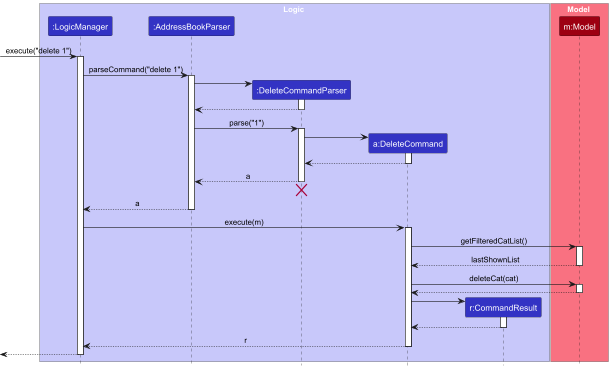
Haofeng125/tp keeps this PlantUML diagram as docs/images/DeleteSequenceDiagram.png. Above is the earlier version.
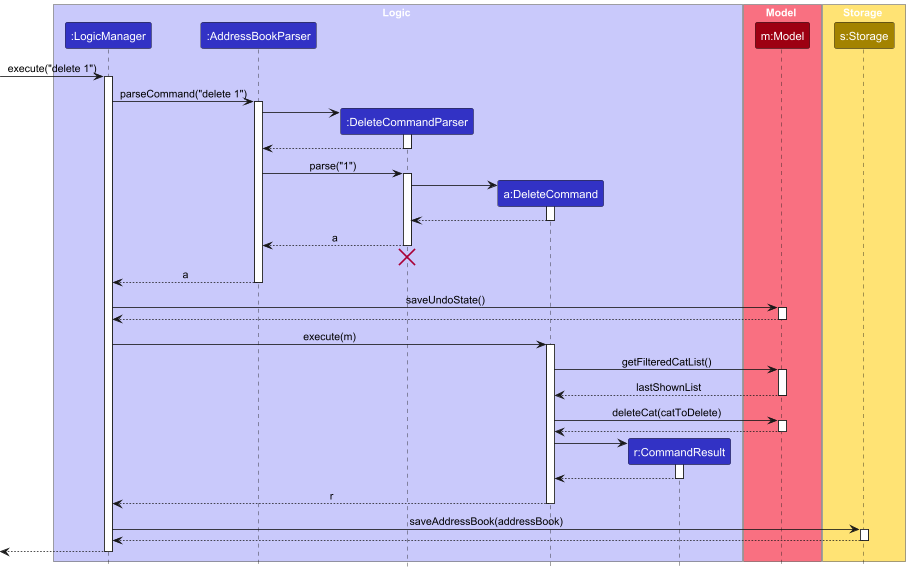
The same diagram one commit later.

Commit message:
Update Attach UML to be clearer

What changed in the source:
```diff
@@ -12,6 +12,10 @@
 
 box Model MODEL_COLOR_T1
 participant "m:Model" as Model MODEL_COLOR
+end box
+
+box Storage STORAGE_COLOR_T1
+participant "s:Storage" as Storage STORAGE_COLOR
 end box
 
 [-> LogicManager : execute("delete 1")
@@ -45,6 +49,12 @@
 AddressBookParser --> LogicManager : a
 deactivate AddressBookParser
 
+LogicManager -> Model : saveUndoState()
+activate Model
+
+Model --> LogicManager
+deactivate Model
+
 LogicManager -> DeleteCommand : execute(m)
 activate DeleteCommand
 
@@ -54,7 +64,7 @@
 Model --> DeleteCommand : lastShownList
 deactivate Model
 
-DeleteCommand -> Model : deleteCat(cat)
+DeleteCommand -> Model : deleteCat(catToDelete)
 activate Model
 
 Model --> DeleteCommand
@@ -70,6 +80,12 @@
 DeleteCommand --> LogicManager : r
 deactivate DeleteCommand
 
+LogicManager -> Storage : saveAddressBook(addressBook)
+activate Storage
+
+Storage --> LogicManager
+deactivate Storage
+
 [<--LogicManager
 deactivate LogicManager
 @enduml
```
